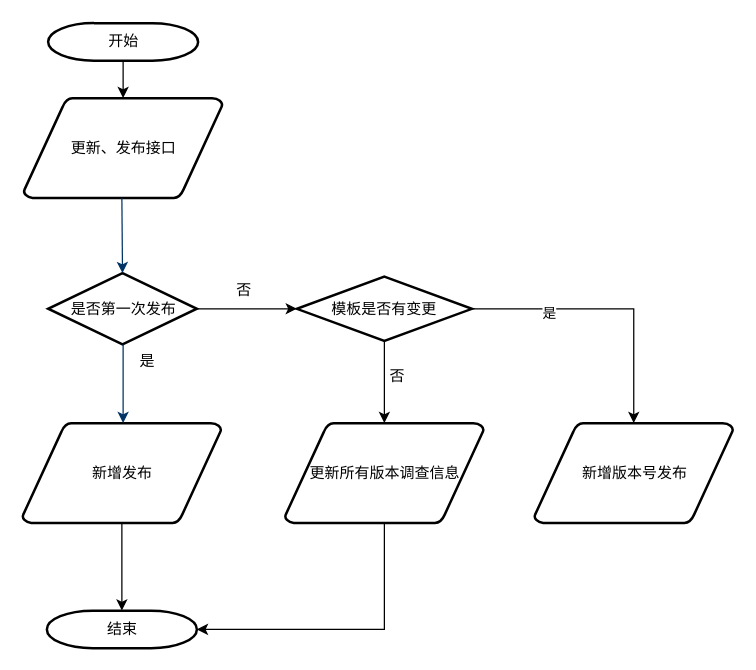
This is 未命名绘图.drawio from flychenming/Book, a draw.io file, before an edit. Source tidied: cells renumbered, new cells numbered last; positions are measured from the earlier drawing's top-left corner, leaving out a move shared by most shapes. Both pictures are drawn from the tidied source at 125%, with x=0, y=0 at pixel (21, 22).
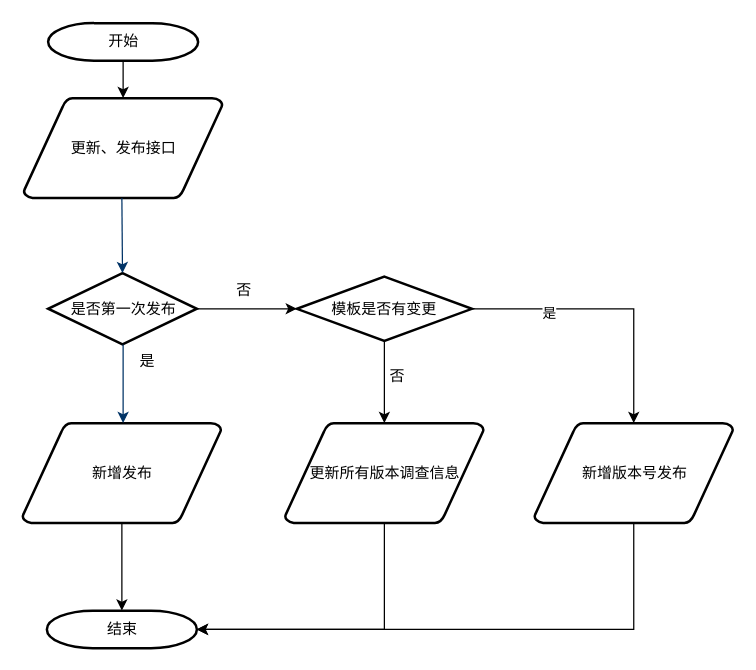
After the change.

Commit message:
更新未命名绘图.drawio

Unchanged cells that the change refers to:
```xml
<mxCell id="13" value="结束" style="shape=mxgraph.flowchart.terminator;strokeWidth=2;gradientColor=none;gradientDirection=north;fontStyle=0;html=1;" parent="1" vertex="1">
  <mxGeometry x="20" y="470" width="120" height="30" as="geometry" />
</mxCell>
<mxCell id="21" value="新增版本号发布" style="shape=mxgraph.flowchart.data;strokeWidth=2;gradientColor=none;gradientDirection=north;fontStyle=0;html=1;" parent="1" vertex="1">
  <mxGeometry x="410" y="320" width="159" height="80" as="geometry" />
</mxCell>
```

The edit, as a diff of the source:
```diff
@@
+    <mxCell id="22" style="edgeStyle=orthogonalEdgeStyle;rounded=0;jettySize=auto;html=1;exitX=0.5;exitY=1;exitDx=0;exitDy=0;exitPerimeter=0;entryX=1;entryY=0.5;entryDx=0;entryDy=0;entryPerimeter=0;" parent="1" edge="1" source="21" target="13">
+      <mxGeometry relative="1" as="geometry" />
+    </mxCell>
```
